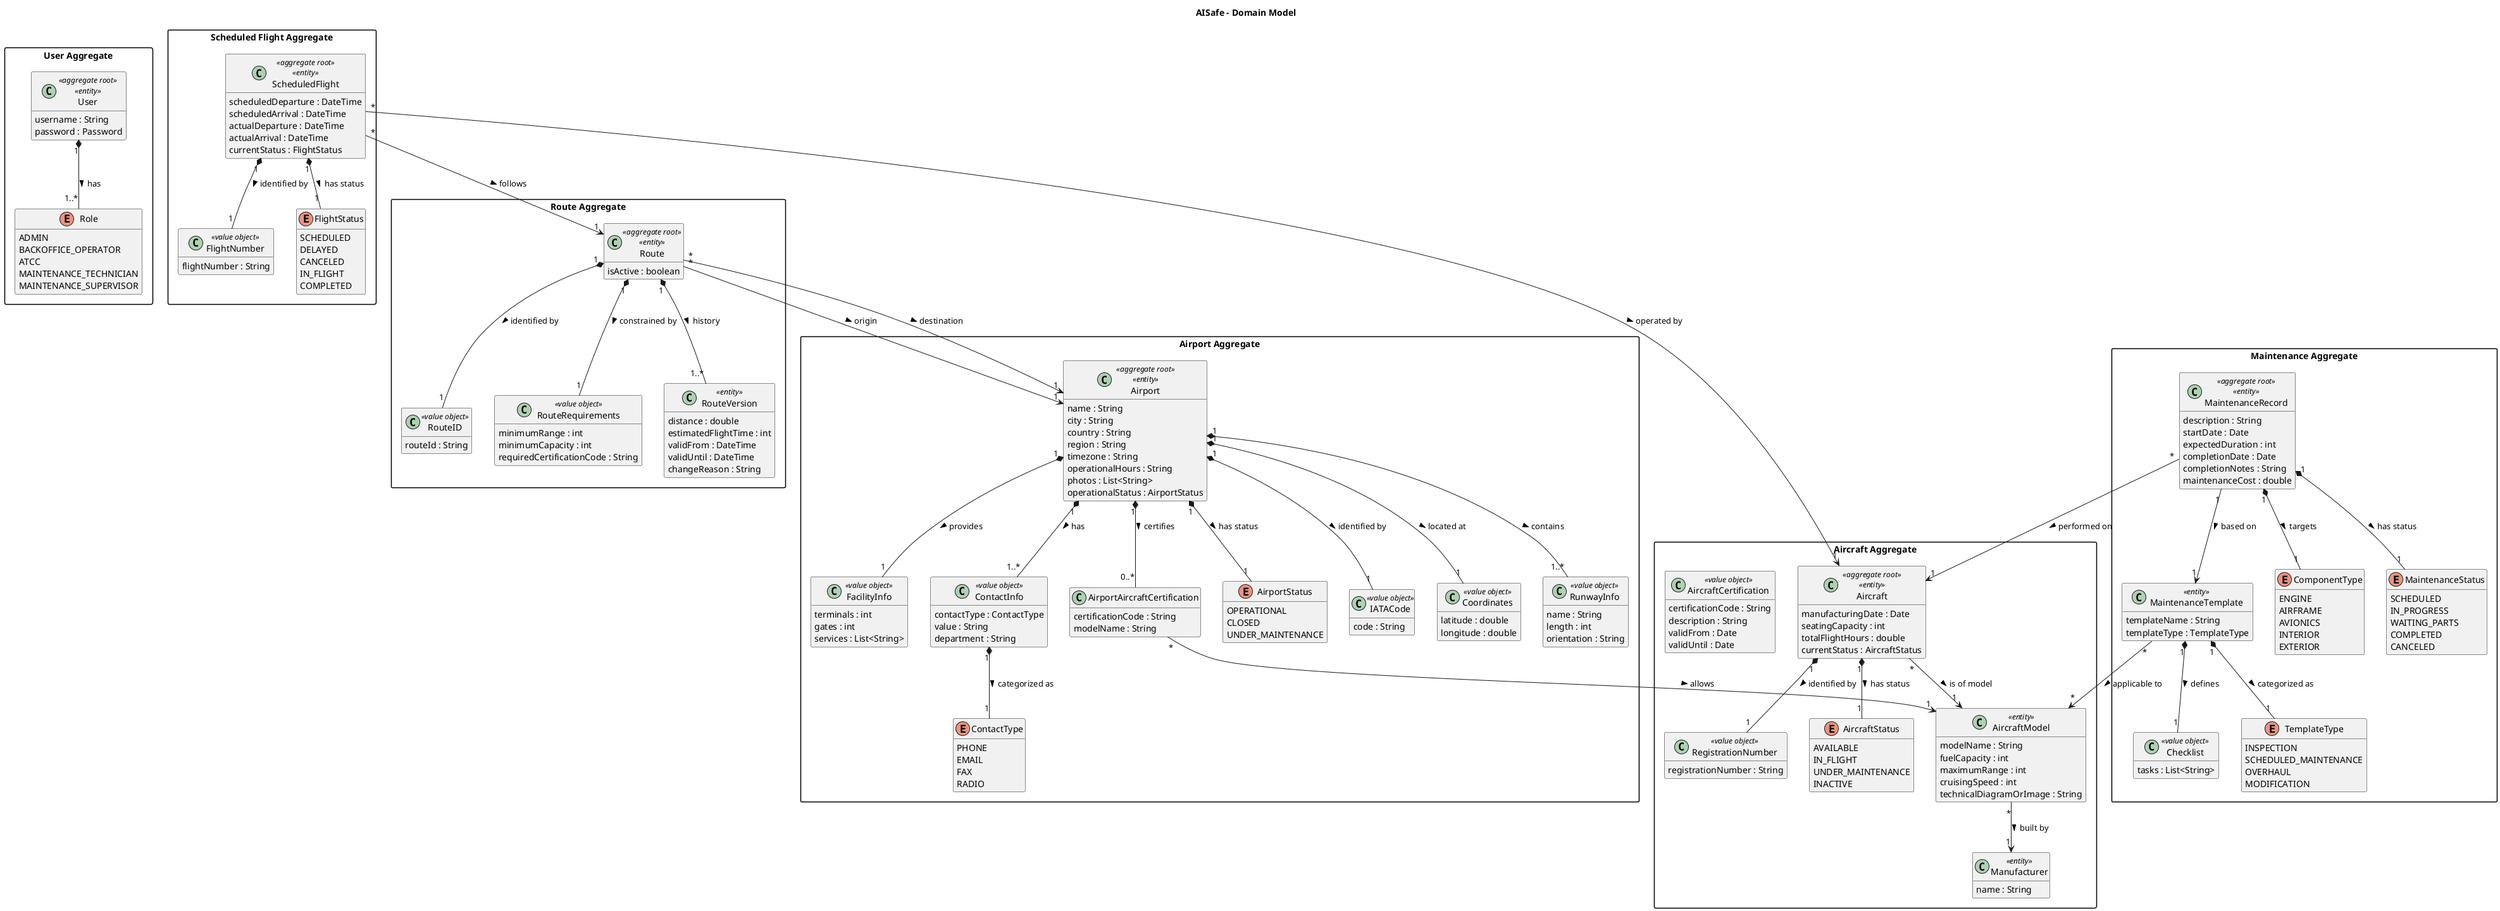
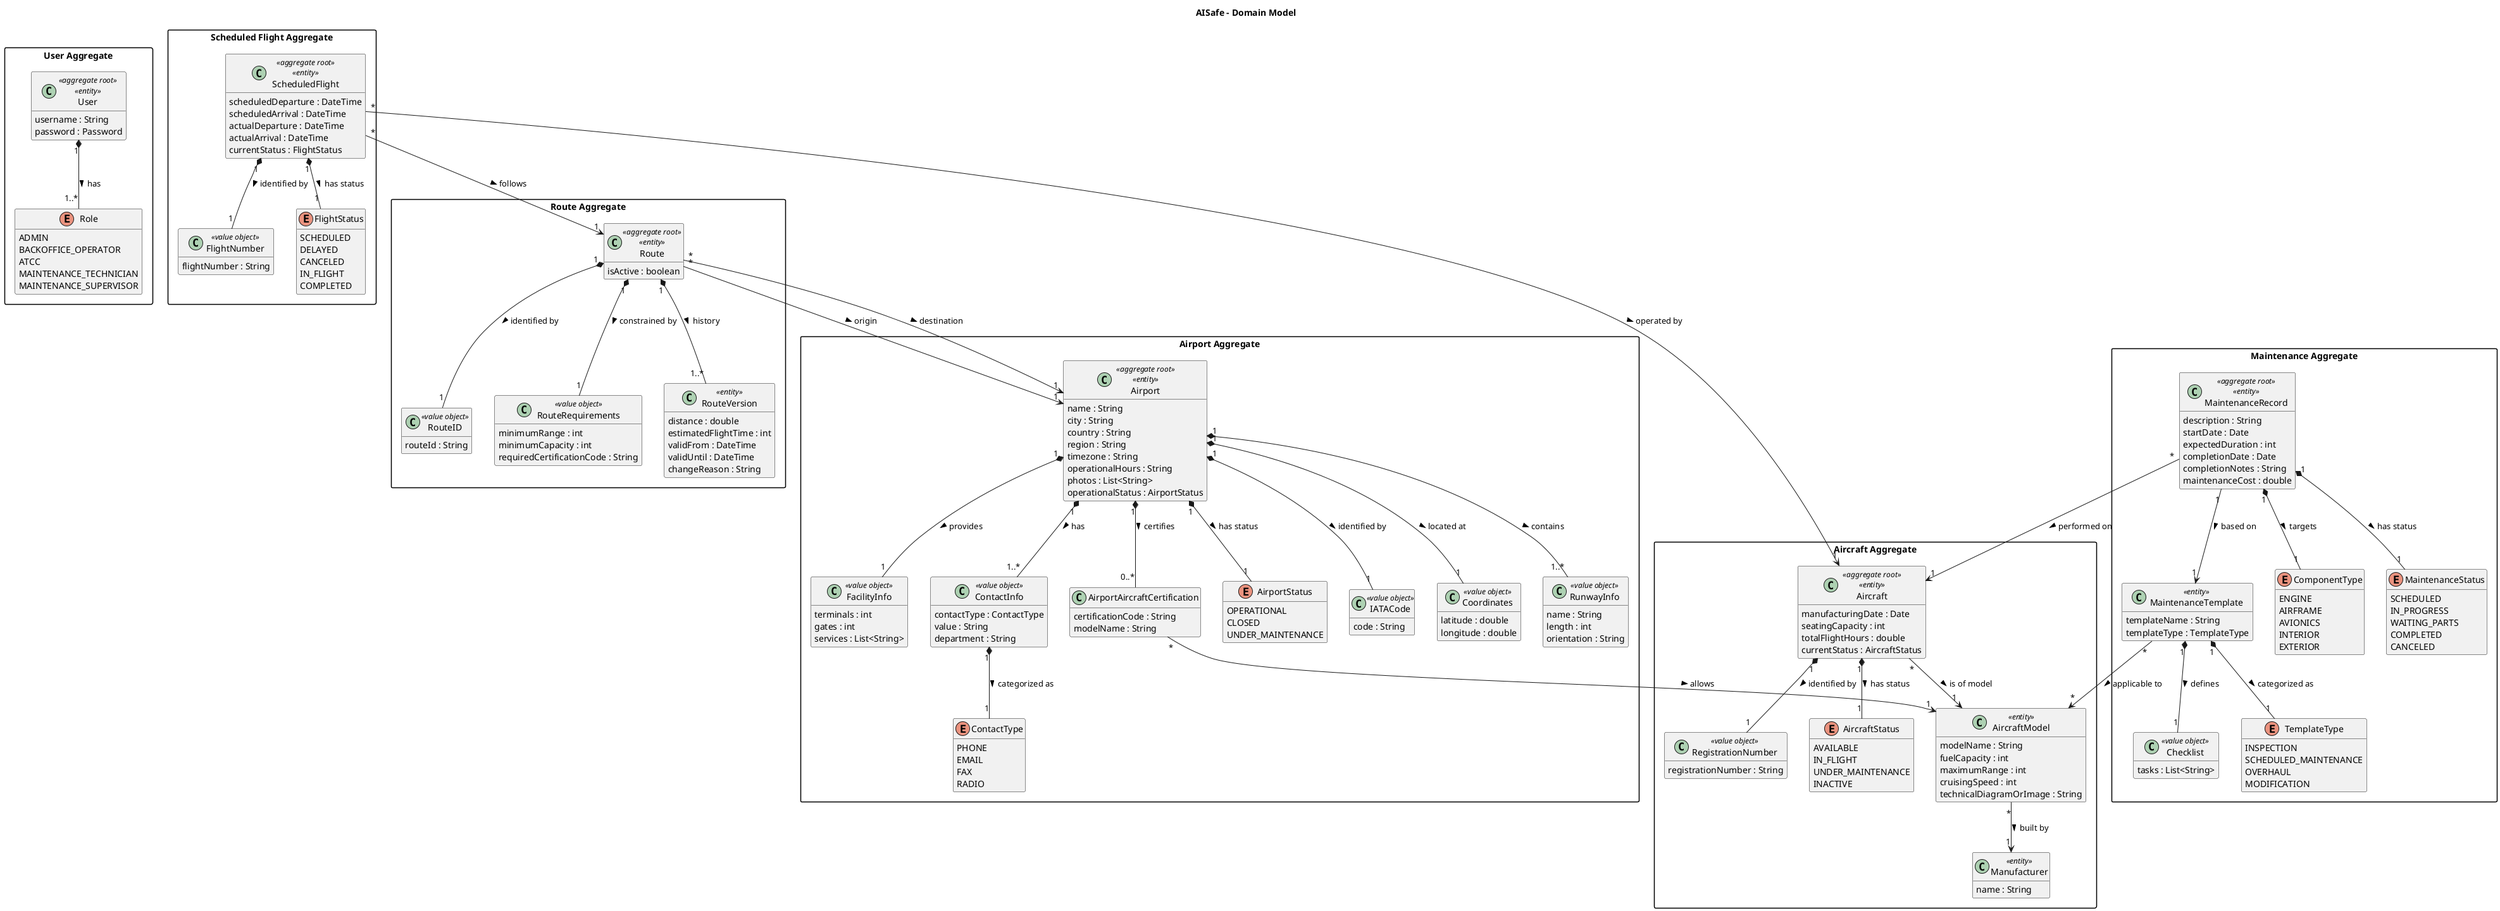
 @startuml
skinparam classAttributeIconSize 0
skinparam packageStyle rectangle
hide empty methods
title AISafe - Domain Model

package "User Aggregate" {
  class User <<aggregate root>> <<entity>> {
    username : String
    password : Password
  }

  enum Role {
    ADMIN
    BACKOFFICE_OPERATOR
    ATCC
    MAINTENANCE_TECHNICIAN
    MAINTENANCE_SUPERVISOR
  }

  User "1" *-- "1..*" Role: has >
}

package "Aircraft Aggregate" {
  class Manufacturer <<entity>> {
    name : String
  }

  class AircraftModel <<entity>> {
    modelName : String
    fuelCapacity : int
    maximumRange : int
    cruisingSpeed : int
    technicalDiagramOrImage : String
  }

  class Aircraft <<aggregate root>> <<entity>> {
    manufacturingDate : Date
    seatingCapacity : int
    totalFlightHours : double
    currentStatus : AircraftStatus
  }

  class RegistrationNumber <<value object>> {
    registrationNumber : String
  }

-   class AircraftCertification <<value object>> {
-     certificationCode : String
-     description : String
-     validFrom : Date
-     validUntil : Date
-   }

  enum AircraftStatus {
    AVAILABLE
    IN_FLIGHT
    UNDER_MAINTENANCE
    INACTIVE
  }

  AircraftModel "*" --> "1" Manufacturer : built by >
  Aircraft "*" --> "1" AircraftModel : is of model >
  Aircraft "1" *-- "1" RegistrationNumber :  identified by >
  Aircraft "1" *-- "1" AircraftStatus : has status >
}

package "Airport Aggregate" {
  class Airport <<aggregate root>> <<entity>> {
    name : String
    city : String
    country : String
    region : String
    timezone : String
    operationalHours : String
    photos : List<String>
    operationalStatus : AirportStatus
  }

  class IATACode <<value object>> {
    code : String
  }

  class Coordinates <<value object>> {
    latitude : double
    longitude : double
  }

  class RunwayInfo <<value object>> {
    name : String
    length : int
    orientation : String
  }

  class FacilityInfo <<value object>> {
    terminals : int
    gates : int
    services : List<String>
  }

  class ContactInfo <<value object>> {
    contactType : ContactType
    value : String
    department : String
  }

  class  AirportAircraftCertification {
    certificationCode : String
    modelName : String
  }

  enum AirportStatus {
    OPERATIONAL
    CLOSED
    UNDER_MAINTENANCE
  }

  enum ContactType {
    PHONE
    EMAIL
    FAX
    RADIO
  }

  Airport "1" *-- "1" IATACode : identified by >
  Airport "1" *-- "1" Coordinates : located at >
  Airport "1" *-- "1..*" RunwayInfo : contains >
  Airport "1" *-- "1" FacilityInfo : provides >
  Airport "1" *-- "1..*" ContactInfo : has >
  Airport "1" *-- "1" AirportStatus : has status >
  ContactInfo "1" *-- "1" ContactType : categorized as >

  Airport "1" *-- "0..*" AirportAircraftCertification : certifies >
}

package "Route Aggregate" {
  class Route <<aggregate root>> <<entity>> {
    isActive : boolean
  }

  class RouteID <<value object>> {
    routeId : String
  }

  class RouteRequirements <<value object>> {
    minimumRange : int
    minimumCapacity : int
    requiredCertificationCode : String
  }

  class RouteVersion <<entity>> {
    distance : double
    estimatedFlightTime : int
    validFrom : DateTime
    validUntil : DateTime
    changeReason : String
  }

  Route "1" *-- "1" RouteID : identified by >
  Route "1" *-- "1" RouteRequirements : constrained by >
  Route "1" *-- "1..*" RouteVersion : history >
}

package "Scheduled Flight Aggregate" {
  class ScheduledFlight <<aggregate root>> <<entity>> {
    scheduledDeparture : DateTime
    scheduledArrival : DateTime
    actualDeparture : DateTime
    actualArrival : DateTime
    currentStatus : FlightStatus
  }

  class FlightNumber <<value object>> {
    flightNumber : String
  }

  enum FlightStatus {
    SCHEDULED
    DELAYED
    CANCELED
    IN_FLIGHT
    COMPLETED
  }

  ScheduledFlight "1" *-- "1" FlightNumber : identified by >
  ScheduledFlight "1" *-- "1" FlightStatus : has status >
}

package "Maintenance Aggregate" {
  class MaintenanceTemplate <<entity>> {
    templateName : String
    templateType : TemplateType
  }

  class Checklist <<value object>> {
    tasks : List<String>
  }

  class MaintenanceRecord <<aggregate root>> <<entity>> {
    description : String
    startDate : Date
    expectedDuration : int
    completionDate : Date
    completionNotes : String
    maintenanceCost : double
  }

  enum TemplateType {
    INSPECTION
    SCHEDULED_MAINTENANCE
    OVERHAUL
    MODIFICATION
  }

  enum ComponentType {
    ENGINE
    AIRFRAME
    AVIONICS
    INTERIOR
    EXTERIOR
  }

  enum MaintenanceStatus {
    SCHEDULED
    IN_PROGRESS
    WAITING_PARTS
    COMPLETED
    CANCELED
  }

  MaintenanceTemplate "1" *-- "1" Checklist : defines >
  MaintenanceTemplate "1" *-- "1" TemplateType : categorized as >
  MaintenanceRecord "1" --> "1" MaintenanceTemplate : based on >
  MaintenanceRecord "1" *-- "1" ComponentType : targets >
  MaintenanceRecord "1" *-- "1" MaintenanceStatus : has status >
}

AirportAircraftCertification "*" --> "1" AircraftModel : allows >
Route "*" --> "1" Airport : origin >
Route "*" --> "1" Airport : destination >
ScheduledFlight "*" --> "1" Route : follows >
ScheduledFlight "*" --> "1" Aircraft : operated by >
MaintenanceTemplate "*" --> "*" AircraftModel : applicable to >
MaintenanceRecord "*" --> "1" Aircraft : performed on >

@enduml
